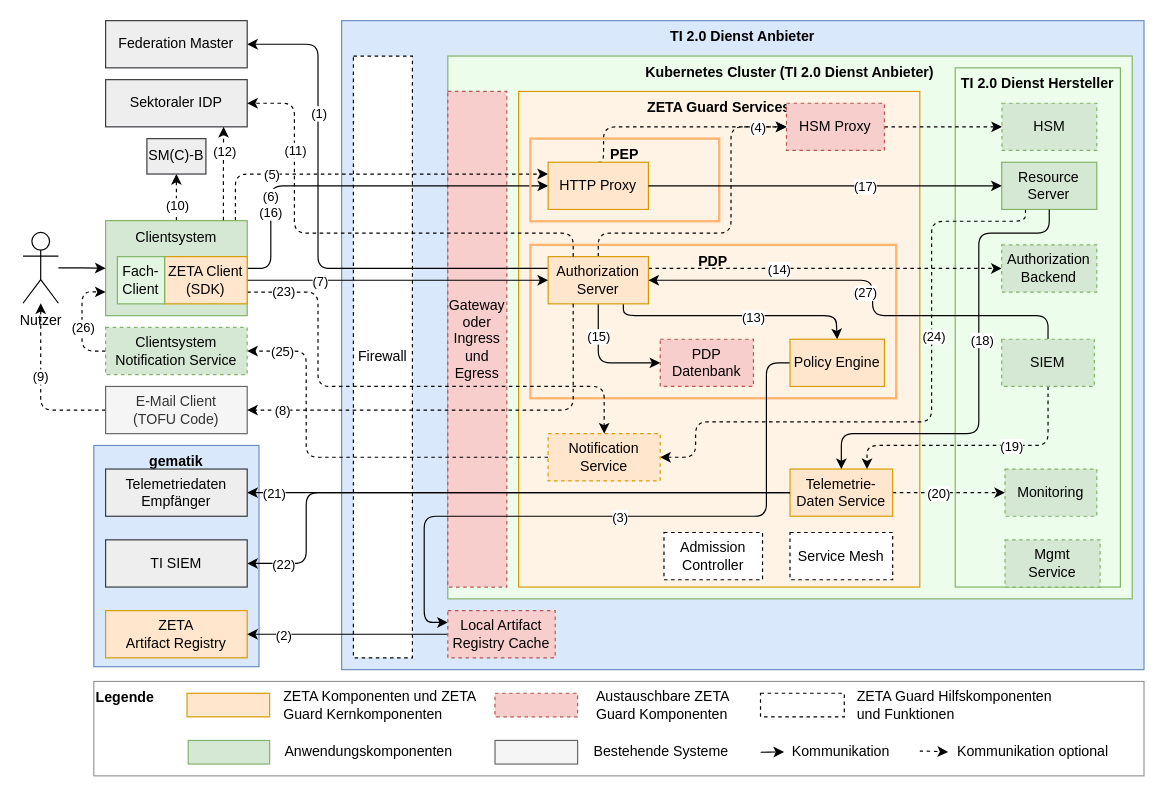
The draw.io diagram src/drawio/Zero-Trust-Architektur.drawio in gematik/zeta, before the edit. Source tidied: cells renumbered, new cells numbered last; positions are measured from the earlier drawing's top-left corner, leaving out a move shared by most shapes. Both pictures are drawn from the tidied source at 118%, with x=0, y=0 at pixel (22, 20).
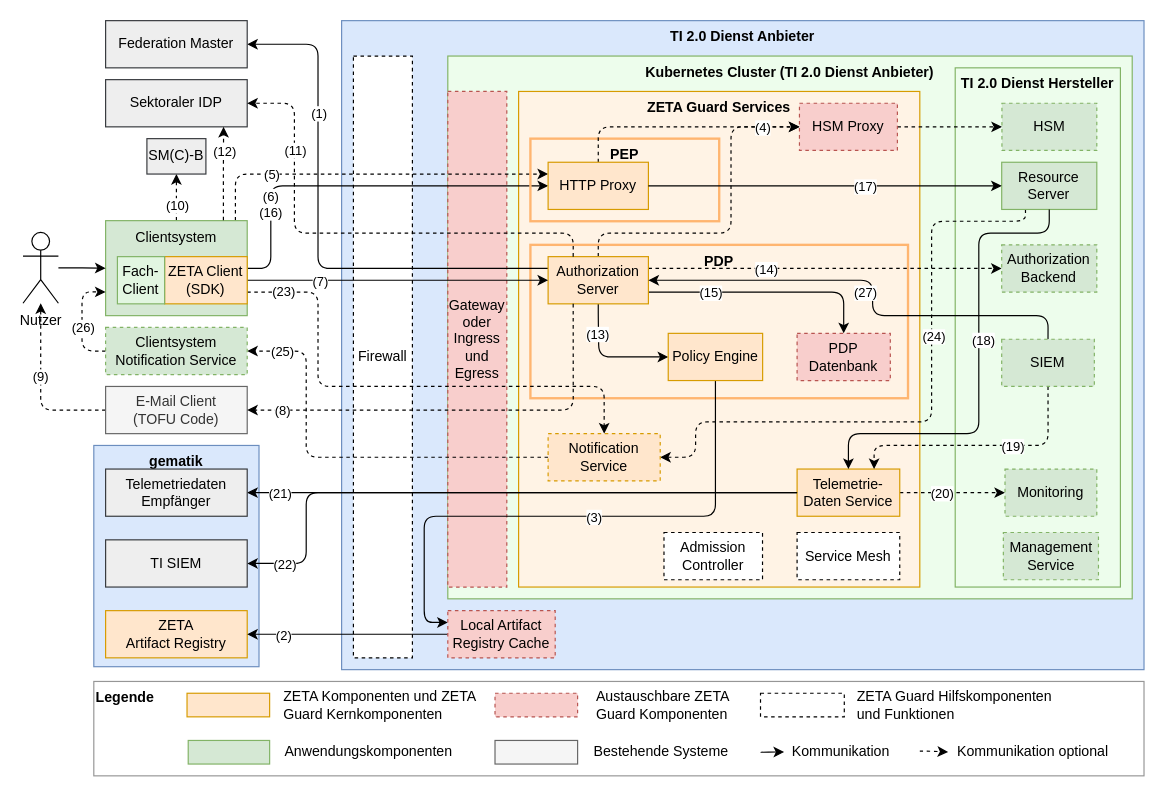
The same page after the edit.

Commit message:
refactor: Adjust diagram element positions, re-route connections, and update "Mgmt Service" label to "Management Service".

Unchanged cells that the change refers to:
```xml
<mxCell id="19" style="edgeStyle=orthogonalEdgeStyle;html=1;entryX=0;entryY=0.5;entryDx=0;entryDy=0;exitX=1;exitY=0.25;exitDx=0;exitDy=0;dashed=1;" parent="1" edge="1" source="21" target="28">
  <mxGeometry relative="1" as="geometry">
    <Array as="points">
      <mxPoint x="790" y="210" />
      <mxPoint x="790" y="210" />
    </Array>
  </mxGeometry>
</mxCell>
<mxCell id="21" value="Authorization Server" style="rounded=0;whiteSpace=wrap;html=1;fillColor=#ffe6cc;strokeColor=#d79b00;" parent="1" vertex="1">
  <mxGeometry x="445" y="200" width="85" height="40" as="geometry" />
</mxCell>
<mxCell id="27" value="&lt;div&gt;Resource Server&lt;/div&gt;" style="rounded=0;whiteSpace=wrap;html=1;fillColor=#d5e8d4;strokeColor=#82b366;" parent="1" vertex="1">
  <mxGeometry x="829.4" y="120" width="80.6" height="40" as="geometry" />
</mxCell>
<mxCell id="81" value="HTTP Proxy" style="rounded=0;whiteSpace=wrap;html=1;fillColor=#ffe6cc;strokeColor=#d79b00;" parent="1" vertex="1">
  <mxGeometry x="445" y="120" width="85" height="40" as="geometry" />
</mxCell>
<mxCell id="87" value="&lt;div&gt;SIEM&lt;/div&gt;" style="rounded=0;whiteSpace=wrap;html=1;fillColor=#d5e8d4;strokeColor=#82b366;dashed=1;" parent="1" vertex="1">
  <mxGeometry x="829.4" y="270" width="78.5" height="40" as="geometry" />
</mxCell>
<mxCell id="107" value="Local Artifact Registry Cache" style="rounded=0;whiteSpace=wrap;html=1;dashed=1;fillColor=#f8cecc;strokeColor=#b85450;" parent="1" vertex="1">
  <mxGeometry x="360" y="500" width="91" height="40" as="geometry" />
</mxCell>
```

The edit, as a diff of the source:
```diff
@@
     <mxCell id="11" value="&lt;b&gt;PDP&lt;/b&gt;" style="rounded=0;whiteSpace=wrap;html=1;fillColor=none;verticalAlign=top;strokeColor=#FFB570;strokeWidth=2;glass=0;shadow=0;" parent="1" vertex="1">
-      <mxGeometry x="430" y="190" width="310" height="130" as="geometry" />
+      <mxGeometry x="430" y="190" width="320" height="130" as="geometry" />
     </mxCell>
-    <mxCell id="12" style="edgeStyle=orthogonalEdgeStyle;rounded=1;jettySize=auto;html=1;entryX=0.5;entryY=0;entryDx=0;entryDy=0;curved=0;enumerate=0;startArrow=none;startFill=0;exitX=0.75;exitY=1;exitDx=0;exitDy=0;" parent="1" edge="1" source="21" target="24">
+    <mxCell id="12" style="edgeStyle=orthogonalEdgeStyle;rounded=1;jettySize=auto;html=1;entryX=0;entryY=0.5;entryDx=0;entryDy=0;curved=0;enumerate=0;startArrow=none;startFill=0;exitX=0.5;exitY=1;exitDx=0;exitDy=0;" parent="1" edge="1" source="21" target="24">
       <mxGeometry relative="1" as="geometry">
         <Array as="points">
-          <mxPoint x="509" y="250" />
-          <mxPoint x="689" y="250" />
+          <mxPoint x="488" y="250" />
+          <mxPoint x="488" y="285" />
         </Array>
       </mxGeometry>
     </mxCell>
     <mxCell id="13" value="(13)" style="edgeLabel;html=1;align=center;verticalAlign=middle;" parent="12" vertex="1">
-      <mxGeometry x="0.14" y="-1" relative="1" as="geometry" />
+      <mxGeometry x="0.14" y="-1" relative="1" as="geometry">
+        <mxPoint x="-15" y="-21" as="offset" />
+      </mxGeometry>
     </mxCell>
@@
-    <mxCell id="17" style="edgeStyle=orthogonalEdgeStyle;html=1;entryX=0;entryY=0.5;entryDx=0;entryDy=0;exitX=0.5;exitY=1;exitDx=0;exitDy=0;" parent="1" edge="1" source="21" target="86">
+    <mxCell id="17" style="edgeStyle=orthogonalEdgeStyle;html=1;entryX=0.5;entryY=0;entryDx=0;entryDy=0;exitX=1;exitY=0.75;exitDx=0;exitDy=0;" parent="1" edge="1" source="21" target="86">
       <mxGeometry relative="1" as="geometry" />
     </mxCell>
@@
     <mxCell id="20" value="(14)" style="edgeLabel;html=1;align=center;verticalAlign=middle;" parent="19" vertex="1">
       <mxGeometry x="0.19" y="-1" relative="1" as="geometry">
-        <mxPoint x="-68" y="-1" as="offset" />
+        <mxPoint x="-79" y="-1" as="offset" />
       </mxGeometry>
     </mxCell>
@@
-    <mxCell id="22" style="edgeStyle=orthogonalEdgeStyle;rounded=1;jettySize=auto;html=1;entryX=0;entryY=0.25;entryDx=0;entryDy=0;exitX=0;exitY=0.5;exitDx=0;exitDy=0;curved=0;" parent="1" edge="1" source="24" target="107">
+    <mxCell id="22" style="edgeStyle=orthogonalEdgeStyle;rounded=1;jettySize=auto;html=1;entryX=0;entryY=0.25;entryDx=0;entryDy=0;exitX=0.5;exitY=1;exitDx=0;exitDy=0;curved=0;" parent="1" edge="1" source="24" target="107">
       <mxGeometry relative="1" as="geometry">
         <Array as="points">
-          <mxPoint x="630" y="290" />
-          <mxPoint x="630" y="420" />
+          <mxPoint x="587" y="420" />
           <mxPoint x="340" y="420" />
           <mxPoint x="340" y="510" />
         </Array>
       </mxGeometry>
     </mxCell>
@@
     <mxCell id="24" value="Policy Engine" style="rounded=0;whiteSpace=wrap;html=1;fillColor=#ffe6cc;strokeColor=#d79b00;" parent="1" vertex="1">
-      <mxGeometry x="650" y="270" width="80" height="40" as="geometry" />
+      <mxGeometry x="546.8" y="265" width="80" height="40" as="geometry" />
     </mxCell>
@@
     <mxCell id="31" value="Telemetrie-Daten&amp;nbsp;&lt;span style=&quot;background-color: initial;&quot;&gt;Service&lt;/span&gt;" style="rounded=0;whiteSpace=wrap;html=1;fillColor=#ffe6cc;strokeColor=#d79b00;" parent="1" vertex="1">
-      <mxGeometry x="650" y="380" width="87" height="40" as="geometry" />
+      <mxGeometry x="656" y="380" width="87" height="40" as="geometry" />
     </mxCell>
-    <mxCell id="32" value="Mgmt&lt;div&gt;Service&lt;/div&gt;" style="rounded=0;whiteSpace=wrap;html=1;dashed=1;fillColor=#d5e8d4;strokeColor=#82b366;" parent="1" vertex="1">
-      <mxGeometry x="832.2" y="440" width="80.6" height="40" as="geometry" />
+    <mxCell id="32" value="Management&lt;div&gt;&lt;span style=&quot;background-color: transparent; color: light-dark(rgb(0, 0, 0), rgb(255, 255, 255));&quot;&gt;Service&lt;/span&gt;&lt;/div&gt;" style="rounded=0;whiteSpace=wrap;html=1;dashed=1;fillColor=#d5e8d4;strokeColor=#82b366;" parent="1" vertex="1">
+      <mxGeometry x="830.8" y="433.8" width="80.6" height="40" as="geometry" />
     </mxCell>
@@
     <mxCell id="56" style="edgeStyle=orthogonalEdgeStyle;rounded=1;jettySize=auto;html=1;dashed=1;curved=0;exitX=0.5;exitY=1;exitDx=0;exitDy=0;startArrow=none;startFill=0;entryX=0.75;entryY=0;entryDx=0;entryDy=0;" parent="1" edge="1" source="87" target="31">
       <mxGeometry relative="1" as="geometry">
         <Array as="points">
           <mxPoint x="869" y="360" />
-          <mxPoint x="715" y="360" />
+          <mxPoint x="721" y="360" />
         </Array>
       </mxGeometry>
     </mxCell>
@@
     <mxCell id="79" style="edgeStyle=orthogonalEdgeStyle;html=1;entryX=0;entryY=0.5;entryDx=0;entryDy=0;dashed=1;exitX=0.5;exitY=0;exitDx=0;exitDy=0;" parent="1" edge="1" source="81" target="101">
       <mxGeometry relative="1" as="geometry">
         <Array as="points">
-          <mxPoint x="492" y="90" />
+          <mxPoint x="488" y="90" />
         </Array>
       </mxGeometry>
     </mxCell>
     <mxCell id="80" value="(4)" style="edgeLabel;html=1;align=center;verticalAlign=middle;" parent="79" vertex="1">
       <mxGeometry x="0.86" relative="1" as="geometry">
-        <mxPoint x="-11" as="offset" />
+        <mxPoint x="-17" as="offset" />
       </mxGeometry>
     </mxCell>
@@
     <mxCell id="86" value="PDP Datenbank" style="rounded=0;whiteSpace=wrap;html=1;fillColor=#f8cecc;strokeColor=#b85450;dashed=1;" parent="1" vertex="1">
-      <mxGeometry x="540" y="270" width="79" height="40" as="geometry" />
+      <mxGeometry x="656" y="265" width="79" height="40" as="geometry" />
     </mxCell>
@@
     <mxCell id="94" style="edgeStyle=orthogonalEdgeStyle;rounded=1;jettySize=auto;html=1;entryX=0.5;entryY=0;entryDx=0;entryDy=0;curved=0;exitX=0.5;exitY=1;exitDx=0;exitDy=0;" parent="1" edge="1" source="27" target="31">
       <mxGeometry relative="1" as="geometry">
         <Array as="points">
           <mxPoint x="870" y="180" />
           <mxPoint x="810" y="180" />
           <mxPoint x="810" y="350" />
-          <mxPoint x="693" y="350" />
-          <mxPoint x="693" y="380" />
+          <mxPoint x="699" y="350" />
+          <mxPoint x="699" y="380" />
         </Array>
       </mxGeometry>
     </mxCell>
@@
     <mxCell id="101" value="HSM Proxy" style="rounded=0;whiteSpace=wrap;html=1;dashed=1;fillColor=#f8cecc;strokeColor=#b85450;" parent="1" vertex="1">
-      <mxGeometry x="647" y="70" width="83" height="40" as="geometry" />
+      <mxGeometry x="658" y="70" width="83" height="40" as="geometry" />
     </mxCell>
@@
     <mxCell id="104" value="Service Mesh" style="rounded=0;whiteSpace=wrap;html=1;dashed=1;" parent="1" vertex="1">
-      <mxGeometry x="650" y="433.8" width="87" height="40" as="geometry" />
+      <mxGeometry x="656" y="433.8" width="87" height="40" as="geometry" />
     </mxCell>
```
